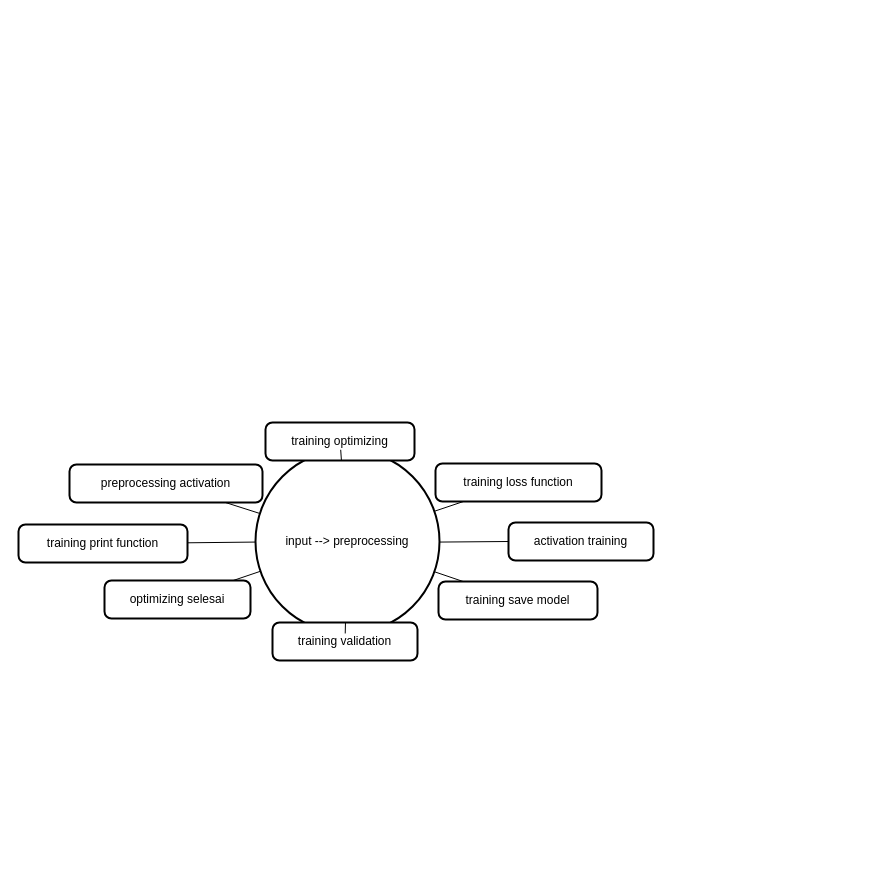
This is mindmap.drawio from fathursidiq/Pythonmodel, a draw.io file, before an edit. Source tidied: cells renumbered, new cells numbered last; positions are measured from the earlier drawing's top-left corner, leaving out a move shared by most shapes. Both pictures are drawn from the tidied source at 100%, with x=0, y=0 at pixel (18, 422).
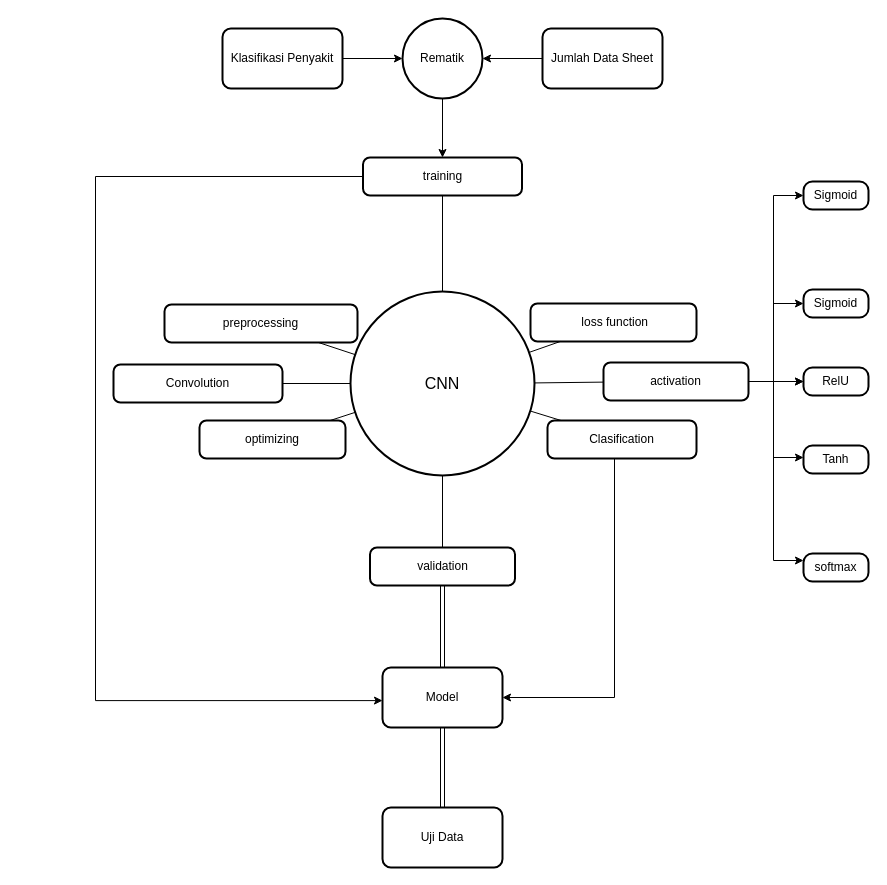
The same diagram, later.

Change to the diagram source:
```diff
@@
+    <mxCell id="19" style="group;" parent="1" vertex="1">
+      <mxGeometry x="77" y="-404" width="773" height="849" as="geometry" />
+    </mxCell>
-    <mxCell id="2" value="input --&gt; preprocessing" style="ellipse;strokeWidth=2;whiteSpace=wrap;" parent="1" vertex="1">
-      <mxGeometry x="237" y="27" width="184" height="184" as="geometry" />
+    <mxCell id="2" value="CNN" style="ellipse;strokeWidth=2;whiteSpace=wrap;fontSize=16;" parent="19" vertex="1">
+      <mxGeometry x="255" y="273" width="184" height="184" as="geometry" />
     </mxCell>
-    <mxCell id="3" value="preprocessing     activation" style="rounded=1;absoluteArcSize=1;arcSize=14;whiteSpace=wrap;strokeWidth=2;" parent="1" vertex="1">
-      <mxGeometry x="51" y="42" width="193" height="38" as="geometry" />
+    <mxCell id="3" value="preprocessing" style="rounded=1;absoluteArcSize=1;arcSize=14;whiteSpace=wrap;strokeWidth=2;" parent="19" vertex="1">
+      <mxGeometry x="69" y="286" width="193" height="38" as="geometry" />
     </mxCell>
-    <mxCell id="4" value="activation     training" style="rounded=1;absoluteArcSize=1;arcSize=14;whiteSpace=wrap;strokeWidth=2;" parent="1" vertex="1">
-      <mxGeometry x="490" y="100" width="145" height="38" as="geometry" />
+    <mxCell id="4" value="activation " style="rounded=1;absoluteArcSize=1;arcSize=14;whiteSpace=wrap;strokeWidth=2;" parent="19" vertex="1">
+      <mxGeometry x="508" y="344" width="145" height="38" as="geometry" />
     </mxCell>
-    <mxCell id="5" value="training     validation" style="rounded=1;absoluteArcSize=1;arcSize=14;whiteSpace=wrap;strokeWidth=2;" parent="1" vertex="1">
-      <mxGeometry x="254" y="200" width="145" height="38" as="geometry" />
+    <mxCell id="5" value="validation" style="rounded=1;absoluteArcSize=1;arcSize=14;whiteSpace=wrap;strokeWidth=2;" parent="19" vertex="1">
+      <mxGeometry x="274.5" y="529" width="145" height="38" as="geometry" />
     </mxCell>
-    <mxCell id="6" value="training     optimizing" style="rounded=1;absoluteArcSize=1;arcSize=14;whiteSpace=wrap;strokeWidth=2;" parent="1" vertex="1">
-      <mxGeometry x="247" width="149" height="38" as="geometry" />
+    <mxCell id="6" value="Clasification" style="rounded=1;absoluteArcSize=1;arcSize=14;whiteSpace=wrap;strokeWidth=2;" parent="19" vertex="1">
+      <mxGeometry x="452" y="402" width="149" height="38" as="geometry" />
     </mxCell>
-    <mxCell id="7" value="training     loss function" style="rounded=1;absoluteArcSize=1;arcSize=14;whiteSpace=wrap;strokeWidth=2;" parent="1" vertex="1">
-      <mxGeometry x="417" y="41" width="166" height="38" as="geometry" />
+    <mxCell id="7" value=" loss function" style="rounded=1;absoluteArcSize=1;arcSize=14;whiteSpace=wrap;strokeWidth=2;" parent="19" vertex="1">
+      <mxGeometry x="435" y="285" width="166" height="38" as="geometry" />
     </mxCell>
-    <mxCell id="8" value="training     save model" style="rounded=1;absoluteArcSize=1;arcSize=14;whiteSpace=wrap;strokeWidth=2;" parent="1" vertex="1">
-      <mxGeometry x="420" y="159" width="159" height="38" as="geometry" />
+    <mxCell id="8" value="training" style="rounded=1;absoluteArcSize=1;arcSize=14;whiteSpace=wrap;strokeWidth=2;" parent="19" vertex="1">
+      <mxGeometry x="267.5" y="139" width="159" height="38" as="geometry" />
     </mxCell>
-    <mxCell id="9" value="training     print function" style="rounded=1;absoluteArcSize=1;arcSize=14;whiteSpace=wrap;strokeWidth=2;" parent="1" vertex="1">
-      <mxGeometry y="102" width="169" height="38" as="geometry" />
+    <mxCell id="9" value="Convolution" style="rounded=1;absoluteArcSize=1;arcSize=14;whiteSpace=wrap;strokeWidth=2;" parent="19" vertex="1">
+      <mxGeometry x="18" y="346" width="169" height="38" as="geometry" />
     </mxCell>
-    <mxCell id="10" value="optimizing     selesai" style="rounded=1;absoluteArcSize=1;arcSize=14;whiteSpace=wrap;strokeWidth=2;" parent="1" vertex="1">
-      <mxGeometry x="86" y="158" width="146" height="38" as="geometry" />
+    <mxCell id="10" value="optimizing" style="rounded=1;absoluteArcSize=1;arcSize=14;whiteSpace=wrap;strokeWidth=2;" parent="19" vertex="1">
+      <mxGeometry x="104" y="402" width="146" height="38" as="geometry" />
     </mxCell>
-    <mxCell id="11" style="endArrow=none;" parent="1" edge="1" source="2" target="3">
+    <mxCell id="11" style="endArrow=none;" parent="19" edge="1" source="2" target="3">
       <mxGeometry relative="1" as="geometry" />
     </mxCell>
-    <mxCell id="12" style="endArrow=none;" parent="1" edge="1" source="2" target="4">
+    <mxCell id="12" style="endArrow=none;" parent="19" edge="1" source="2" target="4">
       <mxGeometry relative="1" as="geometry" />
     </mxCell>
-    <mxCell id="13" style="endArrow=none;" parent="1" edge="1" source="2" target="5">
+    <mxCell id="13" style="endArrow=none;" parent="19" edge="1" source="2" target="5">
       <mxGeometry relative="1" as="geometry" />
     </mxCell>
-    <mxCell id="14" style="endArrow=none;" parent="1" edge="1" source="2" target="6">
+    <mxCell id="14" style="endArrow=none;" parent="19" edge="1" source="2" target="6">
       <mxGeometry relative="1" as="geometry" />
     </mxCell>
-    <mxCell id="15" style="endArrow=none;" parent="1" edge="1" source="2" target="7">
+    <mxCell id="15" style="endArrow=none;" parent="19" edge="1" source="2" target="7">
       <mxGeometry relative="1" as="geometry" />
     </mxCell>
-    <mxCell id="16" style="endArrow=none;" parent="1" edge="1" source="2" target="8">
+    <mxCell id="16" style="endArrow=none;" parent="19" edge="1" source="2" target="8">
       <mxGeometry relative="1" as="geometry" />
     </mxCell>
-    <mxCell id="17" style="endArrow=none;" parent="1" edge="1" source="2" target="9">
+    <mxCell id="17" style="endArrow=none;" parent="19" edge="1" source="2" target="9">
       <mxGeometry relative="1" as="geometry" />
     </mxCell>
-    <mxCell id="18" style="endArrow=none;" parent="1" edge="1" source="2" target="10">
+    <mxCell id="18" style="endArrow=none;" parent="19" edge="1" source="2" target="10">
       <mxGeometry relative="1" as="geometry" />
     </mxCell>
+    <mxCell id="20" style="edgeStyle=orthogonalEdgeStyle;rounded=0;jettySize=auto;html=1;" parent="19" edge="1" source="21" target="8">
+      <mxGeometry relative="1" as="geometry" />
+    </mxCell>
+    <mxCell id="21" value="Rematik" style="ellipse;whiteSpace=wrap;html=1;rounded=1;arcSize=14;strokeWidth=2;" parent="19" vertex="1">
+      <mxGeometry x="307" width="80" height="80" as="geometry" />
+    </mxCell>
+    <mxCell id="22" value="Klasifikasi Penyakit" style="whiteSpace=wrap;html=1;rounded=1;arcSize=14;strokeWidth=2;" parent="19" vertex="1">
+      <mxGeometry x="127" y="10" width="120" height="60" as="geometry" />
+    </mxCell>
+    <mxCell id="23" style="edgeStyle=orthogonalEdgeStyle;rounded=0;jettySize=auto;html=1;entryX=0;entryY=0.5;entryDx=0;entryDy=0;exitX=1;exitY=0.5;exitDx=0;exitDy=0;" parent="19" edge="1" source="22" target="21">
+      <mxGeometry relative="1" as="geometry" />
+    </mxCell>
+    <mxCell id="24" value="Jumlah Data Sheet" style="whiteSpace=wrap;html=1;rounded=1;arcSize=14;strokeWidth=2;" parent="19" vertex="1">
+      <mxGeometry x="447" y="10" width="120" height="60" as="geometry" />
+    </mxCell>
+    <mxCell id="25" style="edgeStyle=orthogonalEdgeStyle;rounded=0;jettySize=auto;html=1;exitX=0;exitY=0.5;exitDx=0;exitDy=0;entryX=1;entryY=0.5;entryDx=0;entryDy=0;" parent="19" edge="1" source="24" target="21">
+      <mxGeometry relative="1" as="geometry" />
+    </mxCell>
+    <mxCell id="26" value="Model" style="whiteSpace=wrap;html=1;rounded=1;arcSize=14;strokeWidth=2;" parent="19" vertex="1">
+      <mxGeometry x="287" y="649" width="120" height="60" as="geometry" />
+    </mxCell>
+    <mxCell id="27" style="edgeStyle=orthogonalEdgeStyle;rounded=0;jettySize=auto;html=1;shape=link;" parent="19" edge="1" source="5" target="26">
+      <mxGeometry relative="1" as="geometry" />
+    </mxCell>
+    <mxCell id="28" style="edgeStyle=orthogonalEdgeStyle;rounded=0;jettySize=auto;html=1;entryX=1;entryY=0.5;entryDx=0;entryDy=0;" parent="19" edge="1" source="6" target="26">
+      <mxGeometry relative="1" as="geometry">
+        <Array as="points">
+          <mxPoint x="519" y="679" />
+        </Array>
+      </mxGeometry>
+    </mxCell>
+    <mxCell id="29" style="edgeStyle=orthogonalEdgeStyle;rounded=0;jettySize=auto;html=1;entryX=-0.02;entryY=0.702;entryDx=0;entryDy=0;entryPerimeter=0;exitX=0;exitY=0.5;exitDx=0;exitDy=0;" parent="19" edge="1" source="8">
+      <mxGeometry relative="1" as="geometry">
+        <mxPoint x="287" y="682.1" as="targetPoint" />
+        <Array as="points">
+          <mxPoint y="158" />
+          <mxPoint y="682" />
+        </Array>
+      </mxGeometry>
+    </mxCell>
+    <mxCell id="30" value="Uji Data" style="whiteSpace=wrap;html=1;rounded=1;arcSize=14;strokeWidth=2;" parent="19" vertex="1">
+      <mxGeometry x="287" y="789" width="120" height="60" as="geometry" />
+    </mxCell>
+    <mxCell id="31" value="RelU" style="rounded=1;absoluteArcSize=1;arcSize=18;whiteSpace=wrap;strokeWidth=2;" parent="19" vertex="1">
+      <mxGeometry x="708" y="349" width="65" height="28" as="geometry" />
+    </mxCell>
+    <mxCell id="32" style="edgeStyle=orthogonalEdgeStyle;rounded=0;jettySize=auto;html=1;exitX=1;exitY=0.5;exitDx=0;exitDy=0;entryX=0;entryY=0.429;entryDx=0;entryDy=0;entryPerimeter=0;" parent="19" edge="1" source="4" target="33">
+      <mxGeometry relative="1" as="geometry">
+        <Array as="points">
+          <mxPoint x="678" y="363" />
+          <mxPoint x="678" y="439" />
+        </Array>
+      </mxGeometry>
+    </mxCell>
+    <mxCell id="33" value="Tanh" style="rounded=1;absoluteArcSize=1;arcSize=18;whiteSpace=wrap;strokeWidth=2;" parent="19" vertex="1">
+      <mxGeometry x="708" y="427" width="65" height="28" as="geometry" />
+    </mxCell>
+    <mxCell id="34" style="edgeStyle=orthogonalEdgeStyle;rounded=0;jettySize=auto;html=1;exitX=1;exitY=0.5;exitDx=0;exitDy=0;" parent="19" edge="1" source="4" target="37">
+      <mxGeometry relative="1" as="geometry">
+        <Array as="points">
+          <mxPoint x="678" y="363" />
+          <mxPoint x="678" y="177" />
+        </Array>
+      </mxGeometry>
+    </mxCell>
+    <mxCell id="35" value="Sigmoid" style="rounded=1;absoluteArcSize=1;arcSize=18;whiteSpace=wrap;strokeWidth=2;" parent="19" vertex="1">
+      <mxGeometry x="708" y="271" width="65" height="28" as="geometry" />
+    </mxCell>
+    <mxCell id="36" value="softmax" style="rounded=1;absoluteArcSize=1;arcSize=18;whiteSpace=wrap;strokeWidth=2;" parent="19" vertex="1">
+      <mxGeometry x="708" y="535" width="65" height="28" as="geometry" />
+    </mxCell>
+    <mxCell id="37" value="Sigmoid" style="rounded=1;absoluteArcSize=1;arcSize=18;whiteSpace=wrap;strokeWidth=2;" parent="19" vertex="1">
+      <mxGeometry x="708" y="163" width="65" height="28" as="geometry" />
+    </mxCell>
+    <mxCell id="38" style="edgeStyle=orthogonalEdgeStyle;rounded=0;jettySize=auto;html=1;shape=link;" parent="19" edge="1" source="26" target="30">
+      <mxGeometry relative="1" as="geometry" />
+    </mxCell>
+    <mxCell id="39" style="edgeStyle=orthogonalEdgeStyle;rounded=0;jettySize=auto;html=1;" parent="19" edge="1" source="4" target="31">
+      <mxGeometry relative="1" as="geometry" />
+    </mxCell>
+    <mxCell id="40" style="edgeStyle=orthogonalEdgeStyle;rounded=0;jettySize=auto;html=1;" parent="19" edge="1" source="4" target="31">
+      <mxGeometry relative="1" as="geometry" />
+    </mxCell>
+    <mxCell id="41" style="edgeStyle=orthogonalEdgeStyle;rounded=0;jettySize=auto;html=1;entryX=0;entryY=0.5;entryDx=0;entryDy=0;" parent="19" edge="1" source="4" target="35">
+      <mxGeometry relative="1" as="geometry">
+        <Array as="points">
+          <mxPoint x="678" y="363" />
+          <mxPoint x="678" y="285" />
+        </Array>
+      </mxGeometry>
+    </mxCell>
+    <mxCell id="42" style="edgeStyle=orthogonalEdgeStyle;rounded=0;jettySize=auto;html=1;entryX=0;entryY=0.25;entryDx=0;entryDy=0;" parent="19" edge="1" source="4" target="36">
+      <mxGeometry relative="1" as="geometry">
+        <Array as="points">
+          <mxPoint x="678" y="363" />
+          <mxPoint x="678" y="542" />
+        </Array>
+      </mxGeometry>
+    </mxCell>
```
